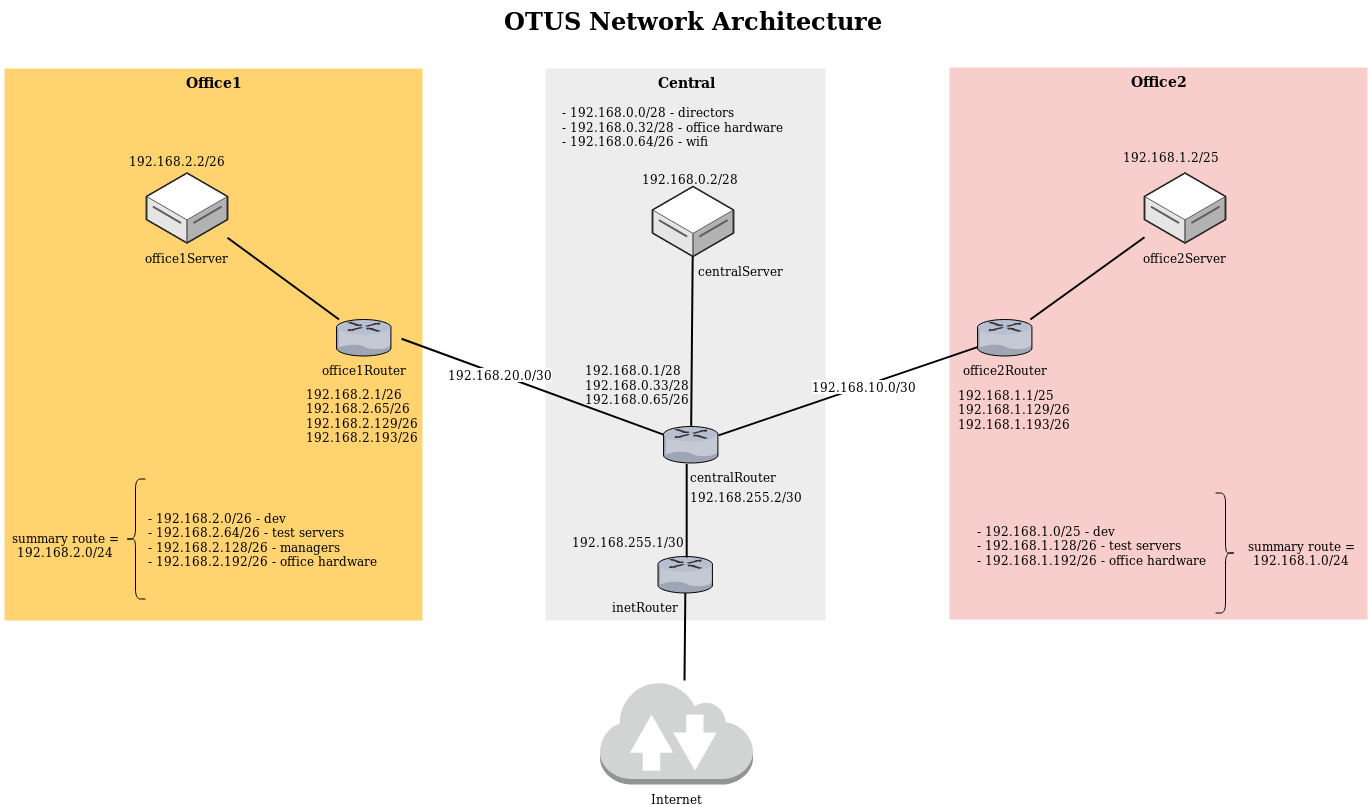
This is HW15/images/net1.png from cccco/otus-linux-1, a draw.io export, as it was before one commit. Source tidied: cells renumbered, new cells last; positions are measured from the earlier drawing's top-left corner, leaving out a move shared by most shapes.
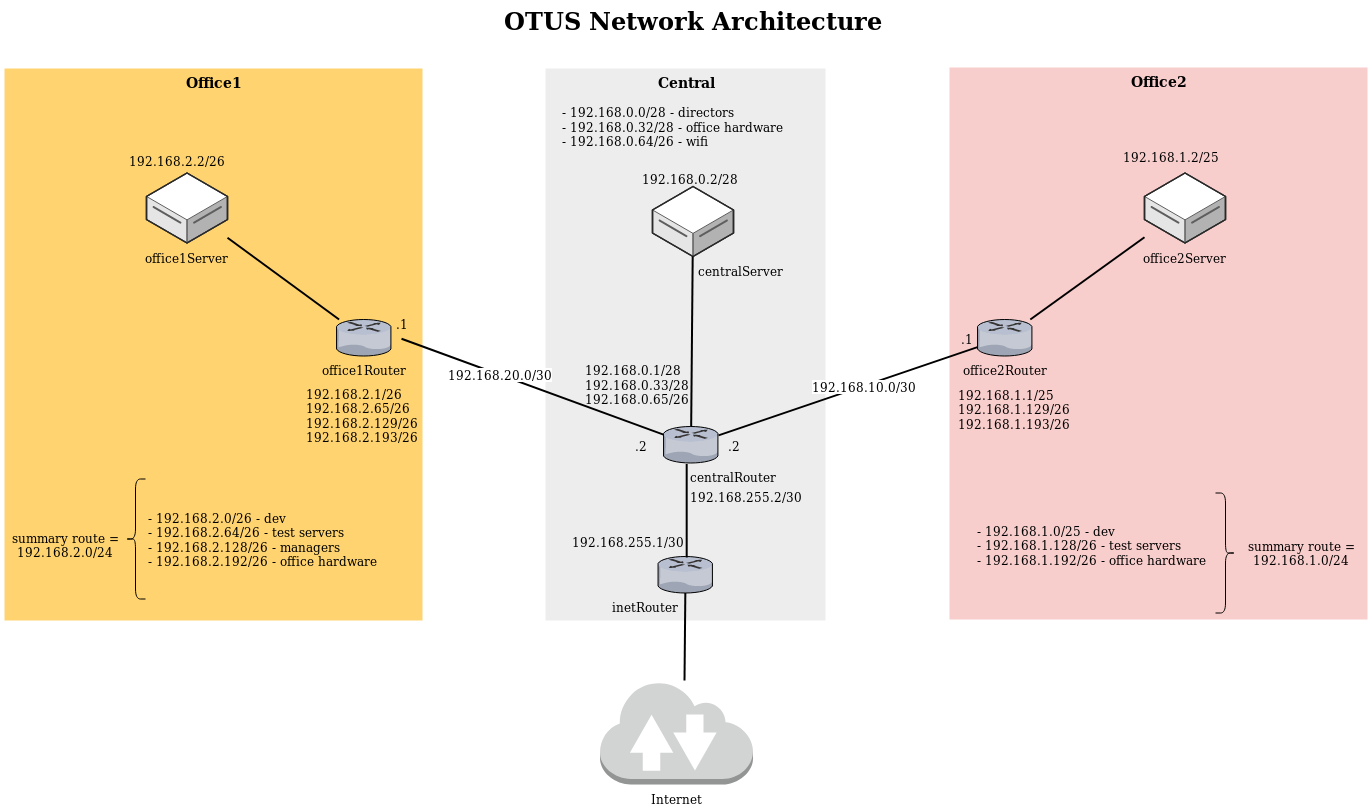
After the change.

Diff of the diagram source:
```diff
@@ -120,5 +120,17 @@
     <mxCell id="38" value="summary route = 192.168.1.0/24" style="text;html=1;strokeColor=none;fillColor=none;align=center;verticalAlign=middle;whiteSpace=wrap;rounded=0;" parent="1" vertex="1">
       <mxGeometry x="1236" y="537.5" width="130" height="30" as="geometry" />
     </mxCell>
+    <mxCell id="39" value=".2" style="text;html=1;strokeColor=none;fillColor=none;align=center;verticalAlign=middle;whiteSpace=wrap;rounded=0;" parent="1" vertex="1">
+      <mxGeometry x="619.5" y="434.5" width="40" height="20" as="geometry" />
+    </mxCell>
+    <mxCell id="40" value=".2" style="text;html=1;strokeColor=none;fillColor=none;align=center;verticalAlign=middle;whiteSpace=wrap;rounded=0;" parent="1" vertex="1">
+      <mxGeometry x="713" y="434.5" width="40" height="20" as="geometry" />
+    </mxCell>
+    <mxCell id="41" value=".1" style="text;html=1;strokeColor=none;fillColor=none;align=center;verticalAlign=middle;whiteSpace=wrap;rounded=0;" parent="1" vertex="1">
+      <mxGeometry x="381" y="313" width="40" height="20" as="geometry" />
+    </mxCell>
+    <mxCell id="42" value=".1" style="text;html=1;strokeColor=none;fillColor=none;align=center;verticalAlign=middle;whiteSpace=wrap;rounded=0;" parent="1" vertex="1">
+      <mxGeometry x="946" y="327.5" width="40" height="20" as="geometry" />
+    </mxCell>
   </root>
 </mxGraphModel>
```
